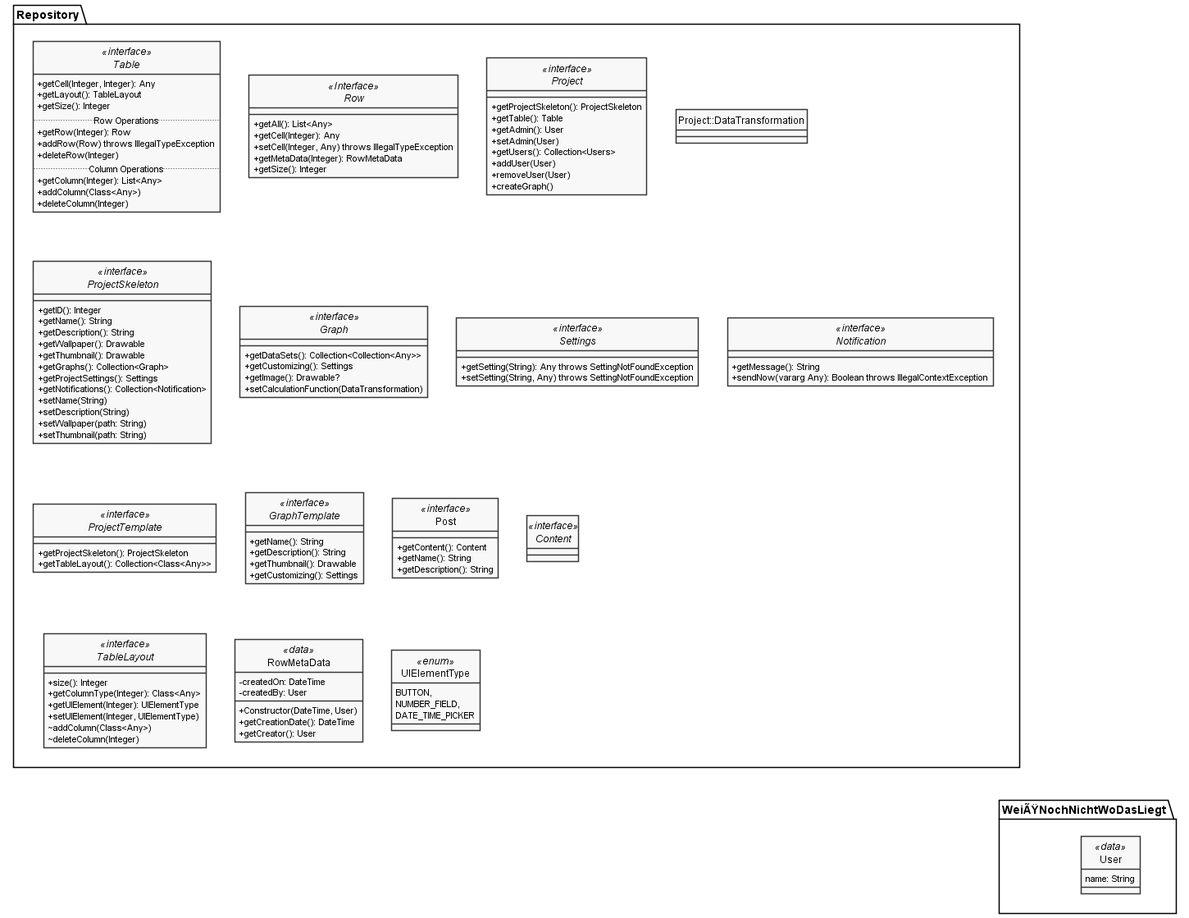
kittyahy/PSEAppGruppe2 keeps this PlantUML diagram as Entwurf/InterfaceRepoModel.png. Above is the earlier version.
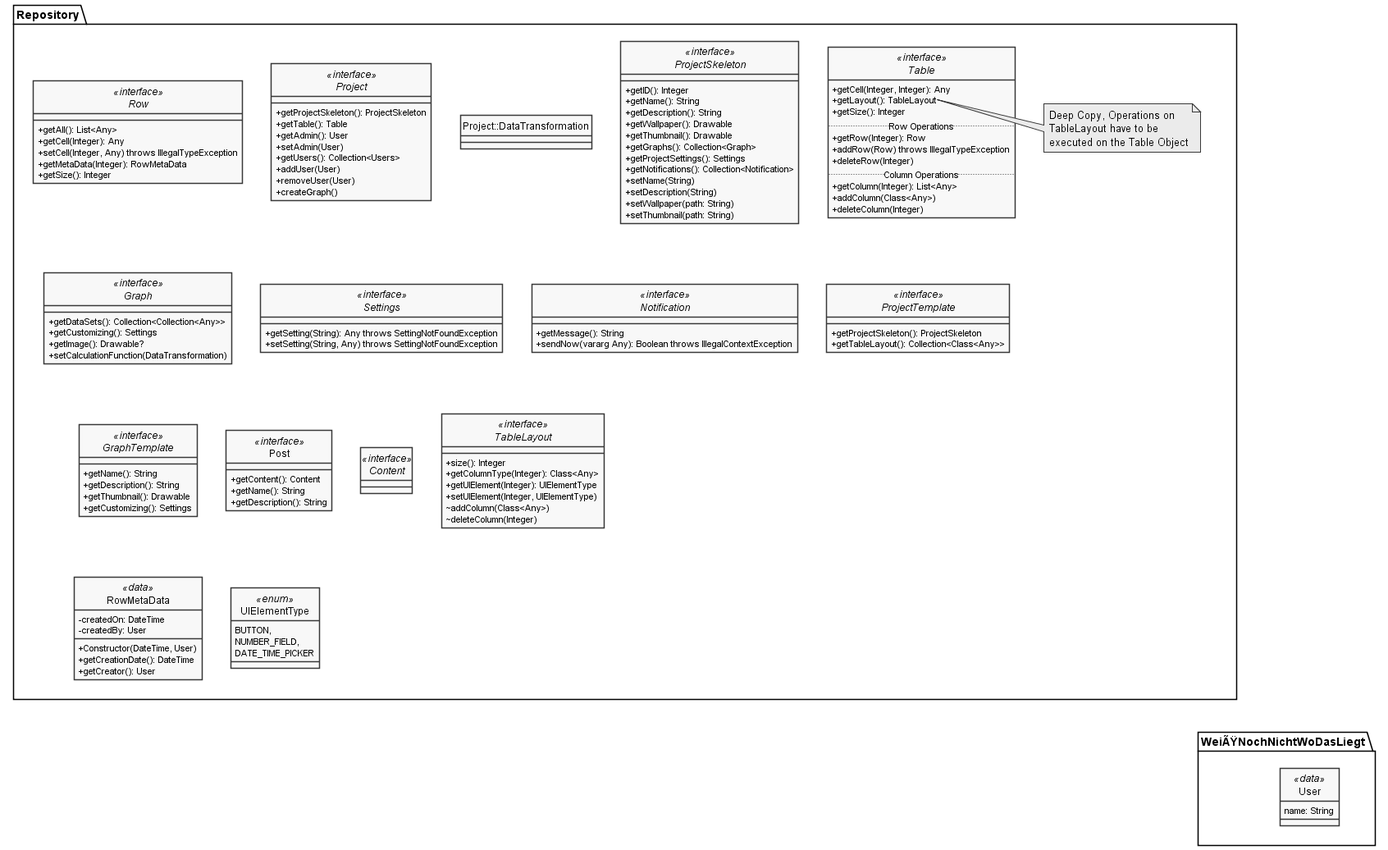
The same diagram one commit later.

Diff of the diagram source:
```diff
@@ -22,8 +22,13 @@
         +addColumn(Class<Any>)
         +deleteColumn(Integer)
     }
+    note right of Table::getLayout()
+        Deep Copy, Operations on
+        TableLayout have to be
+        executed on the Table Object
+    end note
 
-    interface Row <<Interface>> {
+    interface Row <<interface>> {
         +getAll(): List<Any>
         +getCell(Integer): Any
         +setCell(Integer, Any) throws IllegalTypeException
```
